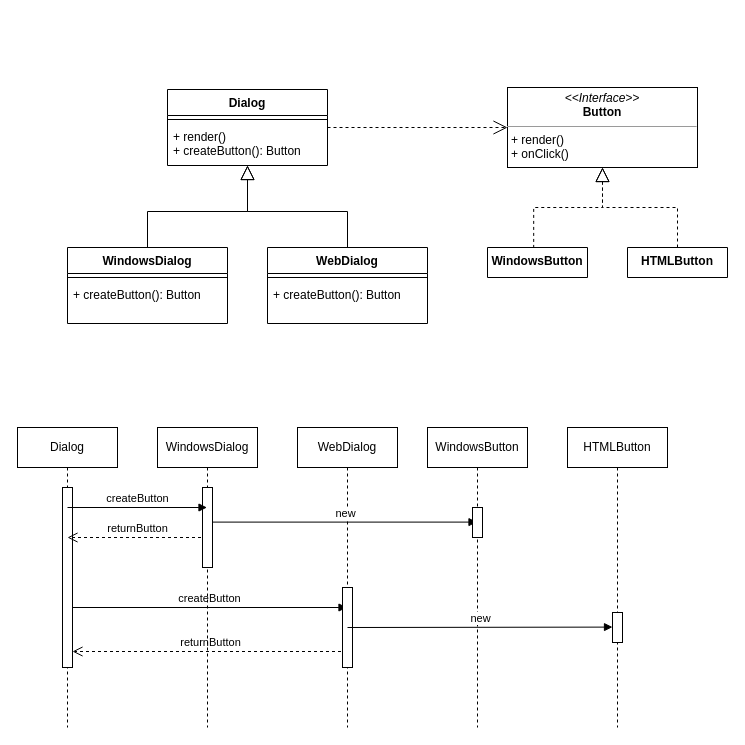
Above: page "Factory Method" (1 of 10) of patrones_creacionales/Diagrama sin título.drawio in estebansalas18/Patrones-GoF (draw.io), before the change. Source tidied: cells renumbered, new cells numbered last; positions are measured from the earlier drawing's top-left corner, leaving out a move shared by most shapes. Both pictures are drawn from the tidied source at 100%, with x=0, y=0 at pixel (17, 87).
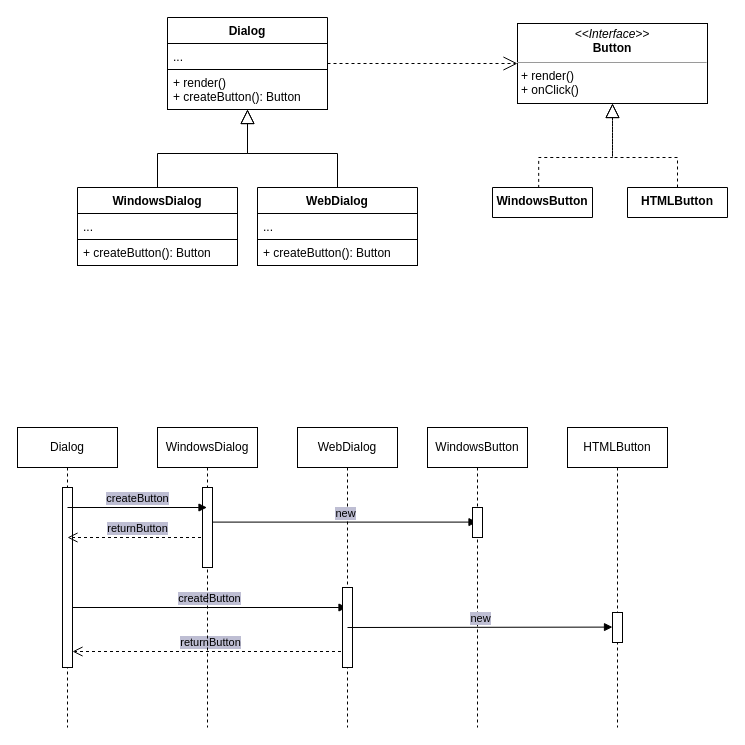
The same diagram, later.

The edit, as a diff of the source:
```diff
@@
-    <mxCell id="2" style="edgeStyle=orthogonalEdgeStyle;rounded=0;jettySize=auto;html=1;entryX=0;entryY=0.5;entryDx=0;entryDy=0;shadow=0;dashed=1;endArrow=open;endFill=0;endSize=12;" parent="1" edge="1" source="3" target="14">
+    <mxCell id="2" style="edgeStyle=orthogonalEdgeStyle;rounded=0;jettySize=auto;html=1;entryX=0;entryY=0.5;entryDx=0;entryDy=0;shadow=0;dashed=1;endArrow=open;endFill=0;endSize=12;labelBackgroundColor=none;strokeWidth=1;strokeColor=default;swimlaneLine=1;fillColor=#FFFFFF;" parent="1" edge="1" source="3" target="14">
       <mxGeometry relative="1" as="geometry" />
     </mxCell>
-    <mxCell id="3" value="Dialog&#10;" style="swimlane;fontStyle=1;align=center;verticalAlign=top;horizontal=1;startSize=26;" parent="1" vertex="1">
-      <mxGeometry x="150" y="2" width="160" height="76" as="geometry" />
-    </mxCell>
-    <mxCell id="4" style="line;strokeWidth=1;fillColor=none;align=left;verticalAlign=middle;spacingTop=-1;spacingLeft=3;spacingRight=3;labelPosition=right;" parent="3" vertex="1">
-      <mxGeometry y="26" width="160" height="8" as="geometry" />
-    </mxCell>
-    <mxCell id="5" value="+ render()&#10;+ createButton(): Button&#10;" style="text;strokeColor=none;fillColor=none;align=left;verticalAlign=top;spacingLeft=4;spacingRight=4;overflow=hidden;" parent="3" vertex="1">
-      <mxGeometry y="34" width="160" height="42" as="geometry" />
-    </mxCell>
-    <mxCell id="6" style="edgeStyle=orthogonalEdgeStyle;rounded=0;jettySize=auto;html=1;shadow=0;endArrow=block;endFill=0;strokeWidth=1;endSize=12;" parent="1" edge="1" source="7" target="3">
+    <mxCell id="6" style="edgeStyle=orthogonalEdgeStyle;rounded=0;jettySize=auto;html=1;shadow=0;endArrow=block;endFill=0;strokeWidth=1;endSize=12;exitX=0.5;exitY=0;exitDx=0;exitDy=0;labelBackgroundColor=none;strokeColor=default;swimlaneLine=1;fillColor=#FFFFFF;" parent="1" edge="1" source="7" target="3">
       <mxGeometry relative="1" as="geometry" />
     </mxCell>
-    <mxCell id="7" value="WindowsDialog" style="swimlane;fontStyle=1;align=center;verticalAlign=top;horizontal=1;startSize=26;" parent="1" vertex="1">
-      <mxGeometry x="50" y="160" width="160" height="76" as="geometry" />
-    </mxCell>
-    <mxCell id="8" style="line;strokeWidth=1;fillColor=none;align=left;verticalAlign=middle;spacingTop=-1;spacingLeft=3;spacingRight=3;labelPosition=right;" parent="7" vertex="1">
-      <mxGeometry y="26" width="160" height="8" as="geometry" />
-    </mxCell>
-    <mxCell id="9" value="+ createButton(): Button&#10;" style="text;strokeColor=none;fillColor=none;align=left;verticalAlign=top;spacingLeft=4;spacingRight=4;overflow=hidden;" parent="7" vertex="1">
-      <mxGeometry y="34" width="160" height="42" as="geometry" />
-    </mxCell>
-    <mxCell id="10" style="edgeStyle=orthogonalEdgeStyle;rounded=0;jettySize=auto;html=1;shadow=0;endArrow=block;endFill=0;strokeWidth=1;endSize=12;" parent="1" edge="1" source="11" target="3">
+    <mxCell id="10" style="edgeStyle=orthogonalEdgeStyle;rounded=0;jettySize=auto;html=1;shadow=0;endArrow=block;endFill=0;strokeWidth=1;endSize=12;labelBackgroundColor=none;strokeColor=default;swimlaneLine=1;fillColor=#FFFFFF;" parent="1" edge="1" source="11" target="3">
       <mxGeometry relative="1" as="geometry" />
     </mxCell>
-    <mxCell id="11" value="WebDialog" style="swimlane;fontStyle=1;align=center;verticalAlign=top;horizontal=1;startSize=26;" parent="1" vertex="1">
-      <mxGeometry x="250" y="160" width="160" height="76" as="geometry" />
-    </mxCell>
-    <mxCell id="12" style="line;strokeWidth=1;fillColor=none;align=left;verticalAlign=middle;spacingTop=-1;spacingLeft=3;spacingRight=3;labelPosition=right;" parent="11" vertex="1">
-      <mxGeometry y="26" width="160" height="8" as="geometry" />
-    </mxCell>
-    <mxCell id="13" value="+ createButton(): Button&#10;" style="text;strokeColor=none;fillColor=none;align=left;verticalAlign=top;spacingLeft=4;spacingRight=4;overflow=hidden;" parent="11" vertex="1">
-      <mxGeometry y="34" width="160" height="42" as="geometry" />
-    </mxCell>
-    <mxCell id="14" value="&lt;p style=&quot;margin:0px;margin-top:4px;text-align:center;&quot;&gt;&lt;i&gt;&amp;lt;&amp;lt;Interface&amp;gt;&amp;gt;&lt;/i&gt;&lt;br&gt;&lt;b&gt;Button&lt;/b&gt;&lt;/p&gt;&lt;hr size=&quot;1&quot;&gt;&lt;p style=&quot;margin:0px;margin-left:4px;&quot;&gt;+ render()&lt;/p&gt;&lt;p style=&quot;margin:0px;margin-left:4px;&quot;&gt;+ onClick()&lt;/p&gt;" style="verticalAlign=top;align=left;overflow=fill;fontSize=12;fontFamily=Helvetica;html=1;" parent="1" vertex="1">
-      <mxGeometry x="490" width="190" height="80" as="geometry" />
+    <mxCell id="14" value="&lt;p style=&quot;margin:0px;margin-top:4px;text-align:center;&quot;&gt;&lt;i&gt;&amp;lt;&amp;lt;Interface&amp;gt;&amp;gt;&lt;/i&gt;&lt;br&gt;&lt;b&gt;Button&lt;/b&gt;&lt;/p&gt;&lt;hr size=&quot;1&quot;&gt;&lt;p style=&quot;margin:0px;margin-left:4px;&quot;&gt;+ render()&lt;/p&gt;&lt;p style=&quot;margin:0px;margin-left:4px;&quot;&gt;+ onClick()&lt;/p&gt;" style="verticalAlign=top;align=left;overflow=fill;fontSize=12;fontFamily=Helvetica;html=1;labelBackgroundColor=none;strokeWidth=1;strokeColor=default;fillColor=#FFFFFF;swimlaneLine=1;rounded=0;shadow=0;sketch=0;fillStyle=auto;gradientColor=none;" parent="1" vertex="1">
+      <mxGeometry x="500" y="-64" width="190" height="80" as="geometry" />
     </mxCell>
-    <mxCell id="15" value="WindowsButton" style="swimlane;fontStyle=1;align=center;verticalAlign=top;horizontal=1;startSize=110;" parent="1" vertex="1">
-      <mxGeometry x="470" y="160" width="100" height="30" as="geometry" />
+    <mxCell id="15" value="WindowsButton" style="swimlane;fontStyle=1;align=center;verticalAlign=top;horizontal=1;startSize=110;labelBackgroundColor=none;strokeWidth=1;strokeColor=default;swimlaneLine=1;fillColor=#FFFFFF;" parent="1" vertex="1">
+      <mxGeometry x="475" y="100" width="100" height="30" as="geometry" />
     </mxCell>
-    <mxCell id="16" value="HTMLButton" style="swimlane;fontStyle=1;align=center;verticalAlign=top;horizontal=1;startSize=110;" parent="1" vertex="1">
-      <mxGeometry x="610" y="160" width="100" height="30" as="geometry" />
+    <mxCell id="16" value="HTMLButton" style="swimlane;fontStyle=1;align=center;verticalAlign=top;horizontal=1;startSize=110;labelBackgroundColor=none;strokeWidth=1;strokeColor=default;swimlaneLine=1;fillColor=#FFFFFF;" parent="1" vertex="1">
+      <mxGeometry x="610" y="100" width="100" height="30" as="geometry" />
     </mxCell>
-    <mxCell id="17" style="endArrow=block;dashed=1;endFill=0;endSize=12;html=1;rounded=0;entryX=0.5;entryY=1;entryDx=0;entryDy=0;exitX=0.462;exitY=0.014;exitDx=0;exitDy=0;exitPerimeter=0;edgeStyle=orthogonalEdgeStyle;" parent="1" edge="1" source="15" target="14">
-      <mxGeometry relative="1" as="geometry" />
+    <mxCell id="17" style="endArrow=block;dashed=1;endFill=0;endSize=12;html=1;rounded=0;entryX=0.5;entryY=1;entryDx=0;entryDy=0;exitX=0.462;exitY=0.014;exitDx=0;exitDy=0;exitPerimeter=0;edgeStyle=orthogonalEdgeStyle;labelBackgroundColor=none;strokeWidth=1;strokeColor=default;swimlaneLine=1;fillColor=#FFFFFF;" parent="1" edge="1" source="15" target="14">
+      <mxGeometry relative="1" as="geometry">
+        <Array as="points">
+          <mxPoint x="521" y="70" />
+          <mxPoint x="595" y="70" />
+        </Array>
+      </mxGeometry>
     </mxCell>
-    <mxCell id="18" style="endArrow=block;dashed=1;endFill=0;endSize=12;html=1;rounded=0;entryX=0.5;entryY=1;entryDx=0;entryDy=0;exitX=0.5;exitY=0;exitDx=0;exitDy=0;edgeStyle=orthogonalEdgeStyle;" parent="1" edge="1" source="16" target="14">
-      <mxGeometry relative="1" as="geometry" />
+    <mxCell id="18" style="endArrow=block;dashed=1;endFill=0;endSize=12;html=1;rounded=0;entryX=0.5;entryY=1;entryDx=0;entryDy=0;exitX=0.5;exitY=0;exitDx=0;exitDy=0;edgeStyle=orthogonalEdgeStyle;labelBackgroundColor=none;strokeWidth=1;strokeColor=default;swimlaneLine=1;fillColor=#FFFFFF;" parent="1" edge="1" source="16" target="14">
+      <mxGeometry relative="1" as="geometry">
+        <Array as="points">
+          <mxPoint x="660" y="70" />
+          <mxPoint x="595" y="70" />
+        </Array>
+      </mxGeometry>
     </mxCell>
-    <mxCell id="19" value="Dialog" style="shape=umlLifeline;perimeter=lifelinePerimeter;whiteSpace=wrap;html=1;" parent="1" vertex="1">
+    <mxCell id="19" value="Dialog" style="shape=umlLifeline;perimeter=lifelinePerimeter;whiteSpace=wrap;html=1;labelBackgroundColor=none;" parent="1" vertex="1">
       <mxGeometry y="340" width="100" height="300" as="geometry" />
     </mxCell>
-    <mxCell id="20" style="html=1;perimeter=orthogonalPerimeter;" parent="19" vertex="1">
+    <mxCell id="20" style="html=1;perimeter=orthogonalPerimeter;labelBackgroundColor=#BEBED3;" parent="19" vertex="1">
       <mxGeometry x="45" y="60" width="10" height="180" as="geometry" />
     </mxCell>
-    <mxCell id="21" value="returnButton" style="html=1;verticalAlign=bottom;endArrow=open;dashed=1;endSize=8;rounded=0;" parent="19" edge="1" source="24">
+    <mxCell id="21" value="returnButton" style="html=1;verticalAlign=bottom;endArrow=open;dashed=1;endSize=8;rounded=0;labelBackgroundColor=#BEBED3;" parent="19" edge="1" source="24">
       <mxGeometry relative="1" as="geometry">
         <mxPoint x="50" y="110" as="targetPoint" />
       </mxGeometry>
     </mxCell>
-    <mxCell id="22" value="returnButton" style="html=1;verticalAlign=bottom;endArrow=open;dashed=1;endSize=8;rounded=0;" parent="19" edge="1" source="26">
+    <mxCell id="22" value="returnButton" style="html=1;verticalAlign=bottom;endArrow=open;dashed=1;endSize=8;rounded=0;labelBackgroundColor=#BEBED3;" parent="19" edge="1" source="26">
       <mxGeometry relative="1" as="geometry">
         <mxPoint x="55" y="224" as="targetPoint" />
       </mxGeometry>
     </mxCell>
-    <mxCell id="23" value="createButton" style="html=1;verticalAlign=bottom;endArrow=block;rounded=0;" parent="19" edge="1" target="26">
+    <mxCell id="23" value="createButton" style="html=1;verticalAlign=bottom;endArrow=block;rounded=0;labelBackgroundColor=#BEBED3;" parent="19" edge="1" target="26">
       <mxGeometry relative="1" as="geometry">
         <mxPoint x="55" y="180" as="sourcePoint" />
       </mxGeometry>
     </mxCell>
-    <mxCell id="24" value="WindowsDialog" style="shape=umlLifeline;perimeter=lifelinePerimeter;whiteSpace=wrap;html=1;outlineConnect=0;" parent="1" vertex="1">
+    <mxCell id="24" value="WindowsDialog" style="shape=umlLifeline;perimeter=lifelinePerimeter;whiteSpace=wrap;html=1;outlineConnect=0;labelBackgroundColor=none;" parent="1" vertex="1">
       <mxGeometry x="140" y="340" width="100" height="300" as="geometry" />
     </mxCell>
-    <mxCell id="25" style="html=1;perimeter=orthogonalPerimeter;" parent="24" vertex="1">
+    <mxCell id="25" style="html=1;perimeter=orthogonalPerimeter;labelBackgroundColor=#BEBED3;" parent="24" vertex="1">
       <mxGeometry x="45" y="60" width="10" height="80" as="geometry" />
     </mxCell>
-    <mxCell id="26" value="WebDialog" style="shape=umlLifeline;perimeter=lifelinePerimeter;whiteSpace=wrap;html=1;outlineConnect=0;" parent="1" vertex="1">
+    <mxCell id="26" value="WebDialog" style="shape=umlLifeline;perimeter=lifelinePerimeter;whiteSpace=wrap;html=1;outlineConnect=0;labelBackgroundColor=none;" parent="1" vertex="1">
       <mxGeometry x="280" y="340" width="100" height="300" as="geometry" />
     </mxCell>
-    <mxCell id="27" value="new" style="html=1;verticalAlign=bottom;endArrow=block;rounded=0;" parent="26" edge="1" target="29">
+    <mxCell id="27" value="new" style="html=1;verticalAlign=bottom;endArrow=block;rounded=0;labelBackgroundColor=#BEBED3;" parent="26" edge="1" target="29">
       <mxGeometry relative="1" as="geometry">
         <mxPoint x="-84.5" y="94.6" as="sourcePoint" />
       </mxGeometry>
     </mxCell>
-    <mxCell id="28" style="html=1;perimeter=orthogonalPerimeter;" parent="26" vertex="1">
+    <mxCell id="28" style="html=1;perimeter=orthogonalPerimeter;labelBackgroundColor=#BEBED3;" parent="26" vertex="1">
       <mxGeometry x="45" y="160" width="10" height="80" as="geometry" />
     </mxCell>
-    <mxCell id="29" value="WindowsButton" style="shape=umlLifeline;perimeter=lifelinePerimeter;whiteSpace=wrap;html=1;outlineConnect=0;" parent="1" vertex="1">
+    <mxCell id="29" value="WindowsButton" style="shape=umlLifeline;perimeter=lifelinePerimeter;whiteSpace=wrap;html=1;outlineConnect=0;labelBackgroundColor=none;" parent="1" vertex="1">
       <mxGeometry x="410" y="340" width="100" height="300" as="geometry" />
     </mxCell>
-    <mxCell id="30" style="html=1;perimeter=orthogonalPerimeter;" parent="29" vertex="1">
+    <mxCell id="30" style="html=1;perimeter=orthogonalPerimeter;labelBackgroundColor=#BEBED3;" parent="29" vertex="1">
       <mxGeometry x="45" y="80" width="10" height="30" as="geometry" />
     </mxCell>
-    <mxCell id="31" value="new" style="html=1;verticalAlign=bottom;endArrow=block;rounded=0;" parent="29" edge="1">
+    <mxCell id="31" value="new" style="html=1;verticalAlign=bottom;endArrow=block;rounded=0;labelBackgroundColor=#BEBED3;" parent="29" edge="1">
       <mxGeometry relative="1" as="geometry">
         <mxPoint x="-80" y="200" as="sourcePoint" />
         <mxPoint x="185" y="199.6" as="targetPoint" />
       </mxGeometry>
     </mxCell>
-    <mxCell id="32" value="HTMLButton" style="shape=umlLifeline;perimeter=lifelinePerimeter;whiteSpace=wrap;html=1;" parent="1" vertex="1">
+    <mxCell id="32" value="HTMLButton" style="shape=umlLifeline;perimeter=lifelinePerimeter;whiteSpace=wrap;html=1;labelBackgroundColor=none;" parent="1" vertex="1">
       <mxGeometry x="550" y="340" width="100" height="300" as="geometry" />
     </mxCell>
-    <mxCell id="33" style="html=1;perimeter=orthogonalPerimeter;" parent="32" vertex="1">
+    <mxCell id="33" style="html=1;perimeter=orthogonalPerimeter;labelBackgroundColor=#BEBED3;" parent="32" vertex="1">
       <mxGeometry x="45" y="185" width="10" height="30" as="geometry" />
     </mxCell>
-    <mxCell id="34" value="createButton" style="html=1;verticalAlign=bottom;endArrow=block;rounded=0;" parent="1" edge="1" target="24">
+    <mxCell id="34" value="createButton" style="html=1;verticalAlign=bottom;endArrow=block;rounded=0;labelBackgroundColor=#BEBED3;" parent="1" edge="1" target="24">
       <mxGeometry relative="1" as="geometry">
         <mxPoint x="50" y="420" as="sourcePoint" />
       </mxGeometry>
     </mxCell>
+    <mxCell id="7" value="WindowsDialog" style="swimlane;fontStyle=1;align=center;verticalAlign=top;horizontal=1;startSize=26;strokeColor=default;strokeWidth=1;fillColor=#FFFFFF;labelBackgroundColor=none;swimlaneLine=1;" parent="1" vertex="1">
+      <mxGeometry x="60" y="100" width="160" height="78" as="geometry" />
+    </mxCell>
+    <mxCell id="35" value="..." style="text;strokeColor=default;fillColor=#FFFFFF;align=left;verticalAlign=top;spacingLeft=4;spacingRight=4;overflow=hidden;labelBackgroundColor=none;strokeWidth=1;swimlaneLine=1;" parent="7" vertex="1">
+      <mxGeometry y="26" width="160" height="26" as="geometry" />
+    </mxCell>
+    <mxCell id="36" value="+ createButton(): Button" style="text;strokeColor=default;fillColor=#FFFFFF;align=left;verticalAlign=top;spacingLeft=4;spacingRight=4;overflow=hidden;labelBackgroundColor=none;strokeWidth=1;swimlaneLine=1;" parent="7" vertex="1">
+      <mxGeometry y="52" width="160" height="26" as="geometry" />
+    </mxCell>
+    <mxCell id="11" value="WebDialog" style="swimlane;fontStyle=1;align=center;verticalAlign=top;horizontal=1;startSize=26;strokeColor=default;strokeWidth=1;fillColor=#FFFFFF;labelBackgroundColor=none;swimlaneLine=1;" parent="1" vertex="1">
+      <mxGeometry x="240" y="100" width="160" height="78" as="geometry" />
+    </mxCell>
+    <mxCell id="37" value="..." style="text;strokeColor=default;fillColor=#FFFFFF;align=left;verticalAlign=top;spacingLeft=4;spacingRight=4;overflow=hidden;labelBackgroundColor=none;strokeWidth=1;swimlaneLine=1;" parent="11" vertex="1">
+      <mxGeometry y="26" width="160" height="26" as="geometry" />
+    </mxCell>
+    <mxCell id="38" value="+ createButton(): Button" style="text;strokeColor=default;fillColor=#FFFFFF;align=left;verticalAlign=top;spacingLeft=4;spacingRight=4;overflow=hidden;labelBackgroundColor=none;strokeWidth=1;swimlaneLine=1;" parent="11" vertex="1">
+      <mxGeometry y="52" width="160" height="26" as="geometry" />
+    </mxCell>
+    <mxCell id="3" value="Dialog" style="swimlane;fontStyle=1;align=center;verticalAlign=top;horizontal=1;startSize=26;strokeWidth=1;labelBackgroundColor=none;swimlaneLine=1;fillColor=#FFFFFF;" parent="1" vertex="1">
+      <mxGeometry x="150" y="-70" width="160" height="92" as="geometry" />
+    </mxCell>
+    <mxCell id="39" value="..." style="text;strokeColor=default;fillColor=#FFFFFF;align=left;verticalAlign=top;spacingLeft=4;spacingRight=4;overflow=hidden;labelBackgroundColor=none;strokeWidth=1;swimlaneLine=1;" parent="3" vertex="1">
+      <mxGeometry y="26" width="160" height="26" as="geometry" />
+    </mxCell>
+    <mxCell id="5" value="+ render()&#10;+ createButton(): Button" style="text;strokeColor=default;fillColor=#FFFFFF;align=left;verticalAlign=top;spacingLeft=4;spacingRight=4;overflow=hidden;labelBackgroundColor=none;strokeWidth=1;swimlaneLine=1;" parent="3" vertex="1">
+      <mxGeometry y="52" width="160" height="40" as="geometry" />
+    </mxCell>
```
